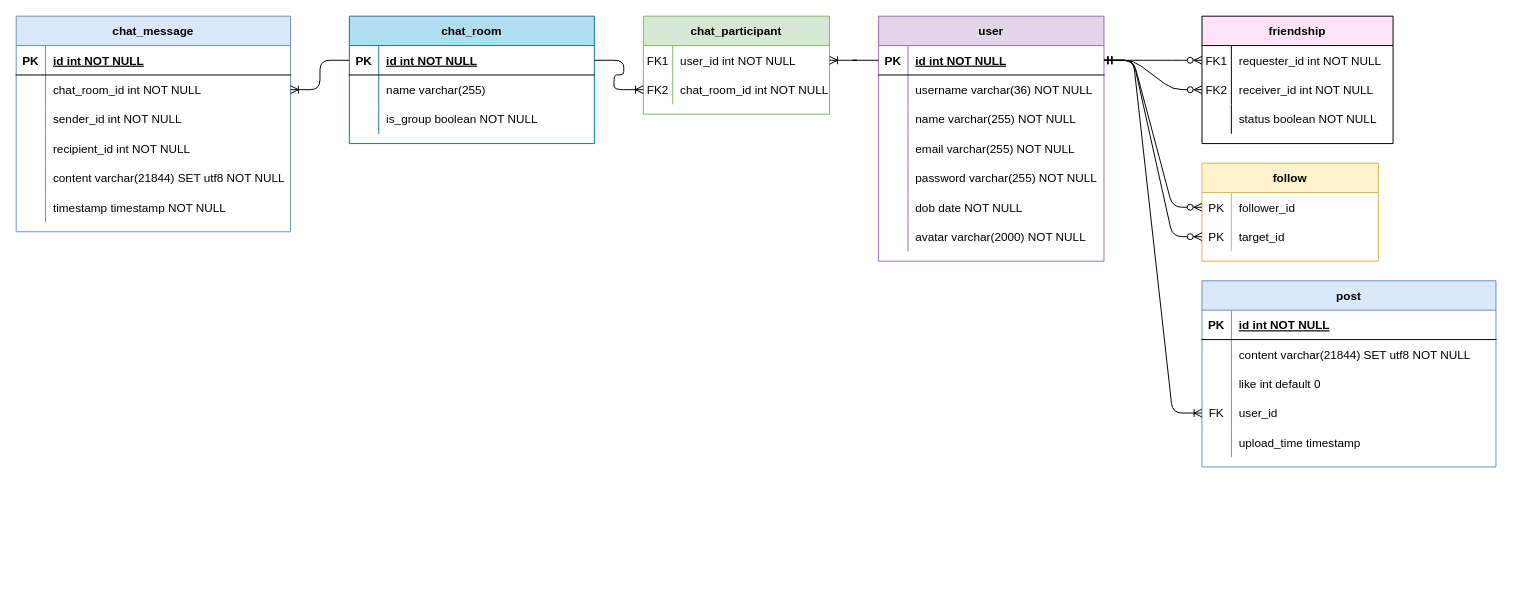
hoangvu03081/Fakebook keeps this draw.io diagram as fakebook.drawio. Above is the earlier version. Source tidied: cells renumbered, new cells numbered last; positions are measured from the earlier drawing's top-left corner, leaving out a move shared by most shapes. Both pictures are drawn from the tidied source at 98%, with x=0, y=0 at pixel (16, 16).
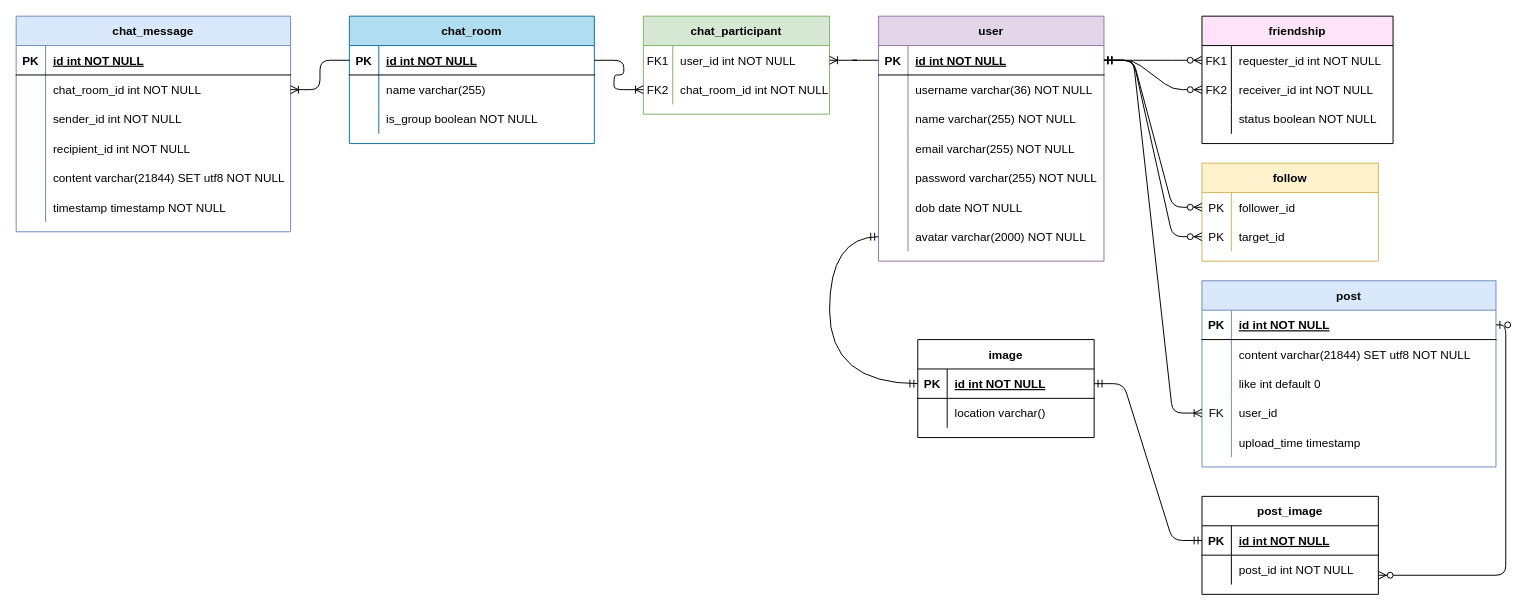
The same page after the edit.

The change refers to these unchanged cells:
```xml
<mxCell id="57" style="shape=partialRectangle;fillColor=none;top=0;left=0;bottom=0;right=0;points=[[0,0.5],[1,0.5]];portConstraint=eastwest;" parent="38" vertex="1">
  <mxGeometry y="210" width="230" height="30" as="geometry" />
</mxCell>
<mxCell id="76" style="shape=partialRectangle;fillColor=none;top=0;left=0;bottom=1;right=0;points=[[0,0.5],[1,0.5]];portConstraint=eastwest;" parent="75" vertex="1">
  <mxGeometry y="30" width="300" height="30" as="geometry" />
</mxCell>
```

Diff of the diagram source:
```diff
@@
+    <mxCell id="101" value="post_image" style="shape=table;startSize=30;childLayout=tableLayout;rowLines=0;fontStyle=1;align=center;" parent="1" vertex="1">
+      <mxGeometry x="1210" y="490" width="180" height="100" as="geometry" />
+    </mxCell>
+    <mxCell id="102" style="shape=partialRectangle;fillColor=none;top=0;left=0;bottom=1;right=0;points=[[0,0.5],[1,0.5]];portConstraint=eastwest;" parent="101" vertex="1">
+      <mxGeometry y="30" width="180" height="30" as="geometry" />
+    </mxCell>
+    <mxCell id="103" value="PK" style="shape=partialRectangle;fillColor=none;top=0;left=0;bottom=0;right=0;fontStyle=1;overflow=hidden;" parent="102" vertex="1">
+      <mxGeometry width="30" height="30" as="geometry" />
+    </mxCell>
+    <mxCell id="104" value="id int NOT NULL" style="shape=partialRectangle;fillColor=none;top=0;left=0;bottom=0;right=0;align=left;spacingLeft=6;fontStyle=5;overflow=hidden;" parent="102" vertex="1">
+      <mxGeometry x="30" width="150" height="30" as="geometry" />
+    </mxCell>
+    <mxCell id="105" style="shape=partialRectangle;fillColor=none;top=0;left=0;bottom=0;right=0;points=[[0,0.5],[1,0.5]];portConstraint=eastwest;" parent="101" vertex="1">
+      <mxGeometry y="60" width="180" height="30" as="geometry" />
+    </mxCell>
+    <mxCell id="106" style="shape=partialRectangle;fillColor=none;top=0;left=0;bottom=0;right=0;overflow=hidden;" parent="105" vertex="1">
+      <mxGeometry width="30" height="30" as="geometry" />
+    </mxCell>
+    <mxCell id="107" value="post_id int NOT NULL" style="shape=partialRectangle;fillColor=none;top=0;left=0;bottom=0;right=0;align=left;spacingLeft=6;overflow=hidden;" parent="105" vertex="1">
+      <mxGeometry x="30" width="150" height="30" as="geometry" />
+    </mxCell>
+    <mxCell id="108" value="image" style="shape=table;startSize=30;childLayout=tableLayout;rowLines=0;fontStyle=1;align=center;" parent="1" vertex="1">
+      <mxGeometry x="920" y="330" width="180" height="100" as="geometry" />
+    </mxCell>
+    <mxCell id="109" style="shape=partialRectangle;fillColor=none;top=0;left=0;bottom=1;right=0;points=[[0,0.5],[1,0.5]];portConstraint=eastwest;" parent="108" vertex="1">
+      <mxGeometry y="30" width="180" height="30" as="geometry" />
+    </mxCell>
+    <mxCell id="110" value="PK" style="shape=partialRectangle;fillColor=none;top=0;left=0;bottom=0;right=0;fontStyle=1;overflow=hidden;" parent="109" vertex="1">
+      <mxGeometry width="30" height="30" as="geometry" />
+    </mxCell>
+    <mxCell id="111" value="id int NOT NULL" style="shape=partialRectangle;fillColor=none;top=0;left=0;bottom=0;right=0;align=left;spacingLeft=6;fontStyle=5;overflow=hidden;" parent="109" vertex="1">
+      <mxGeometry x="30" width="150" height="30" as="geometry" />
+    </mxCell>
+    <mxCell id="112" style="shape=partialRectangle;fillColor=none;top=0;left=0;bottom=0;right=0;" parent="108" vertex="1">
+      <mxGeometry y="60" width="180" height="30" as="geometry" />
+    </mxCell>
+    <mxCell id="113" style="shape=partialRectangle;fillColor=none;top=0;left=0;bottom=0;right=0;overflow=hidden;" parent="112" vertex="1">
+      <mxGeometry width="30" height="30" as="geometry" />
+    </mxCell>
+    <mxCell id="114" value="location varchar()" style="shape=partialRectangle;fillColor=none;top=0;left=0;bottom=0;right=0;align=left;spacingLeft=6;overflow=hidden;" parent="112" vertex="1">
+      <mxGeometry x="30" width="150" height="30" as="geometry" />
+    </mxCell>
+    <mxCell id="115" style="edgeStyle=orthogonalEdgeStyle;fontSize=12;html=1;endArrow=ERmandOne;startArrow=ERmandOne;entryX=0;entryY=0.5;entryDx=0;entryDy=0;exitX=0;exitY=0.5;exitDx=0;exitDy=0;targetPerimeterSpacing=0;sketch=0;curved=1;" parent="1" edge="1" source="57" target="109">
+      <mxGeometry relative="1" as="geometry">
+        <Array as="points">
+          <mxPoint x="830" y="225" />
+          <mxPoint x="830" y="375" />
+        </Array>
+      </mxGeometry>
+    </mxCell>
+    <mxCell id="116" style="edgeStyle=entityRelationEdgeStyle;fontSize=12;html=1;endArrow=ERmandOne;startArrow=ERmandOne;exitX=1;exitY=0.5;exitDx=0;exitDy=0;entryX=0;entryY=0.5;entryDx=0;entryDy=0;" parent="1" edge="1" source="109" target="102">
+      <mxGeometry relative="1" as="geometry" />
+    </mxCell>
+    <mxCell id="117" style="edgeStyle=orthogonalEdgeStyle;fontSize=12;html=1;endArrow=ERzeroToMany;startArrow=ERzeroToOne;exitX=1;exitY=0.5;exitDx=0;exitDy=0;entryX=1;entryY=0.683;entryDx=0;entryDy=0;entryPerimeter=0;" parent="1" edge="1" source="76" target="105">
+      <mxGeometry relative="1" as="geometry" />
+    </mxCell>
```
